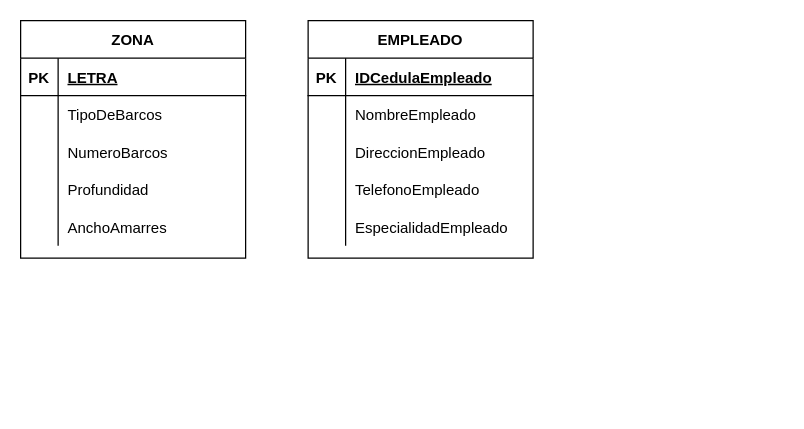
Above: bases de datos/ejercicio 26-10-21/ejercicio 1.drawio in Krono159/bases-de-datos (draw.io), before the change. Source tidied: cells renumbered, new cells numbered last; positions are measured from the earlier drawing's top-left corner, leaving out a move shared by most shapes. Both pictures are drawn from the tidied source at 125%, with x=0, y=0 at pixel (20, 20).
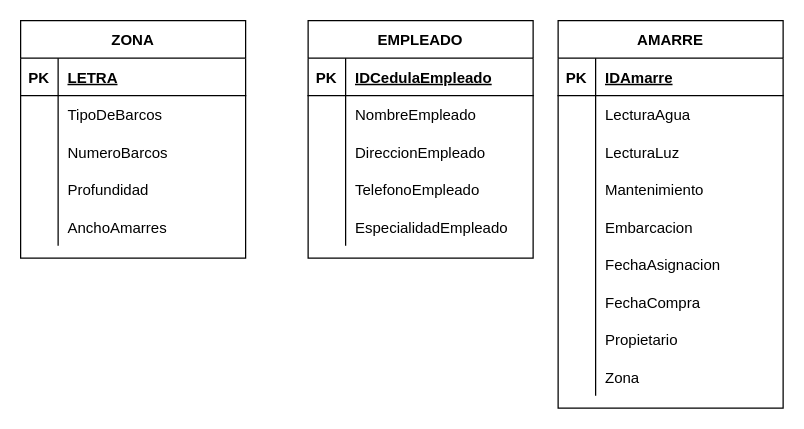
The same page after the edit.

Commit message:
Añadida tabla amarre

Change to the diagram source:
```diff
@@
+    <mxCell id="34" value="AMARRE" style="shape=table;startSize=30;childLayout=tableLayout;rowLines=0;fontStyle=1;align=center;" parent="1" vertex="1">
+      <mxGeometry x="430" width="180" height="310" as="geometry" />
+    </mxCell>
+    <mxCell id="35" style="shape=partialRectangle;fillColor=none;top=0;left=0;bottom=1;right=0;" parent="34" vertex="1">
+      <mxGeometry y="30" width="180" height="30" as="geometry" />
+    </mxCell>
+    <mxCell id="36" value="PK" style="shape=partialRectangle;fillColor=none;top=0;left=0;bottom=0;right=0;fontStyle=1;overflow=hidden;" parent="35" vertex="1">
+      <mxGeometry width="30" height="30" as="geometry" />
+    </mxCell>
+    <mxCell id="37" value="IDAmarre" style="shape=partialRectangle;fillColor=none;top=0;left=0;bottom=0;right=0;align=left;spacingLeft=6;fontStyle=5;overflow=hidden;" parent="35" vertex="1">
+      <mxGeometry x="30" width="150" height="30" as="geometry" />
+    </mxCell>
+    <mxCell id="38" style="shape=partialRectangle;fillColor=none;top=0;left=0;bottom=0;right=0;" parent="34" vertex="1">
+      <mxGeometry y="60" width="180" height="30" as="geometry" />
+    </mxCell>
+    <mxCell id="39" style="shape=partialRectangle;fillColor=none;top=0;left=0;bottom=0;right=0;overflow=hidden;" parent="38" vertex="1">
+      <mxGeometry width="30" height="30" as="geometry" />
+    </mxCell>
+    <mxCell id="40" value="LecturaAgua" style="shape=partialRectangle;fillColor=none;top=0;left=0;bottom=0;right=0;align=left;spacingLeft=6;overflow=hidden;" parent="38" vertex="1">
+      <mxGeometry x="30" width="150" height="30" as="geometry" />
+    </mxCell>
+    <mxCell id="41" style="shape=partialRectangle;fillColor=none;top=0;left=0;bottom=0;right=0;" parent="34" vertex="1">
+      <mxGeometry y="90" width="180" height="30" as="geometry" />
+    </mxCell>
+    <mxCell id="42" style="shape=partialRectangle;fillColor=none;top=0;left=0;bottom=0;right=0;overflow=hidden;" parent="41" vertex="1">
+      <mxGeometry width="30" height="30" as="geometry" />
+    </mxCell>
+    <mxCell id="43" value="LecturaLuz" style="shape=partialRectangle;fillColor=none;top=0;left=0;bottom=0;right=0;align=left;spacingLeft=6;overflow=hidden;" parent="41" vertex="1">
+      <mxGeometry x="30" width="150" height="30" as="geometry" />
+    </mxCell>
+    <mxCell id="44" style="shape=partialRectangle;fillColor=none;top=0;left=0;bottom=0;right=0;" parent="34" vertex="1">
+      <mxGeometry y="120" width="180" height="30" as="geometry" />
+    </mxCell>
+    <mxCell id="45" style="shape=partialRectangle;fillColor=none;top=0;left=0;bottom=0;right=0;overflow=hidden;" parent="44" vertex="1">
+      <mxGeometry width="30" height="30" as="geometry" />
+    </mxCell>
+    <mxCell id="46" value="Mantenimiento" style="shape=partialRectangle;fillColor=none;top=0;left=0;bottom=0;right=0;align=left;spacingLeft=6;overflow=hidden;" parent="44" vertex="1">
+      <mxGeometry x="30" width="150" height="30" as="geometry" />
+    </mxCell>
+    <mxCell id="47" style="shape=partialRectangle;fillColor=none;top=0;left=0;bottom=0;right=0;" parent="34" vertex="1">
+      <mxGeometry y="150" width="180" height="30" as="geometry" />
+    </mxCell>
+    <mxCell id="48" style="shape=partialRectangle;fillColor=none;top=0;left=0;bottom=0;right=0;overflow=hidden;" parent="47" vertex="1">
+      <mxGeometry width="30" height="30" as="geometry" />
+    </mxCell>
+    <mxCell id="49" value="Embarcacion" style="shape=partialRectangle;fillColor=none;top=0;left=0;bottom=0;right=0;align=left;spacingLeft=6;overflow=hidden;" parent="47" vertex="1">
+      <mxGeometry x="30" width="150" height="30" as="geometry" />
+    </mxCell>
+    <mxCell id="50" style="shape=partialRectangle;fillColor=none;top=0;left=0;bottom=0;right=0;" parent="34" vertex="1">
+      <mxGeometry y="180" width="180" height="30" as="geometry" />
+    </mxCell>
+    <mxCell id="51" style="shape=partialRectangle;fillColor=none;top=0;left=0;bottom=0;right=0;overflow=hidden;" parent="50" vertex="1">
+      <mxGeometry width="30" height="30" as="geometry" />
+    </mxCell>
+    <mxCell id="52" value="FechaAsignacion" style="shape=partialRectangle;fillColor=none;top=0;left=0;bottom=0;right=0;align=left;spacingLeft=6;overflow=hidden;" parent="50" vertex="1">
+      <mxGeometry x="30" width="150" height="30" as="geometry" />
+    </mxCell>
+    <mxCell id="53" style="shape=partialRectangle;fillColor=none;top=0;left=0;bottom=0;right=0;" parent="34" vertex="1">
+      <mxGeometry y="210" width="180" height="30" as="geometry" />
+    </mxCell>
+    <mxCell id="54" style="shape=partialRectangle;fillColor=none;top=0;left=0;bottom=0;right=0;overflow=hidden;" parent="53" vertex="1">
+      <mxGeometry width="30" height="30" as="geometry" />
+    </mxCell>
+    <mxCell id="55" value="FechaCompra" style="shape=partialRectangle;fillColor=none;top=0;left=0;bottom=0;right=0;align=left;spacingLeft=6;overflow=hidden;" parent="53" vertex="1">
+      <mxGeometry x="30" width="150" height="30" as="geometry" />
+    </mxCell>
+    <mxCell id="56" style="shape=partialRectangle;fillColor=none;top=0;left=0;bottom=0;right=0;" parent="34" vertex="1">
+      <mxGeometry y="240" width="180" height="30" as="geometry" />
+    </mxCell>
+    <mxCell id="57" style="shape=partialRectangle;fillColor=none;top=0;left=0;bottom=0;right=0;overflow=hidden;" parent="56" vertex="1">
+      <mxGeometry width="30" height="30" as="geometry" />
+    </mxCell>
+    <mxCell id="58" value="Propietario" style="shape=partialRectangle;fillColor=none;top=0;left=0;bottom=0;right=0;align=left;spacingLeft=6;overflow=hidden;" parent="56" vertex="1">
+      <mxGeometry x="30" width="150" height="30" as="geometry" />
+    </mxCell>
+    <mxCell id="59" style="shape=partialRectangle;fillColor=none;top=0;left=0;bottom=0;right=0;" parent="34" vertex="1">
+      <mxGeometry y="270" width="180" height="30" as="geometry" />
+    </mxCell>
+    <mxCell id="60" style="shape=partialRectangle;fillColor=none;top=0;left=0;bottom=0;right=0;overflow=hidden;" parent="59" vertex="1">
+      <mxGeometry width="30" height="30" as="geometry" />
+    </mxCell>
+    <mxCell id="61" value="Zona" style="shape=partialRectangle;fillColor=none;top=0;left=0;bottom=0;right=0;align=left;spacingLeft=6;overflow=hidden;" parent="59" vertex="1">
+      <mxGeometry x="30" width="150" height="30" as="geometry" />
+    </mxCell>
```
